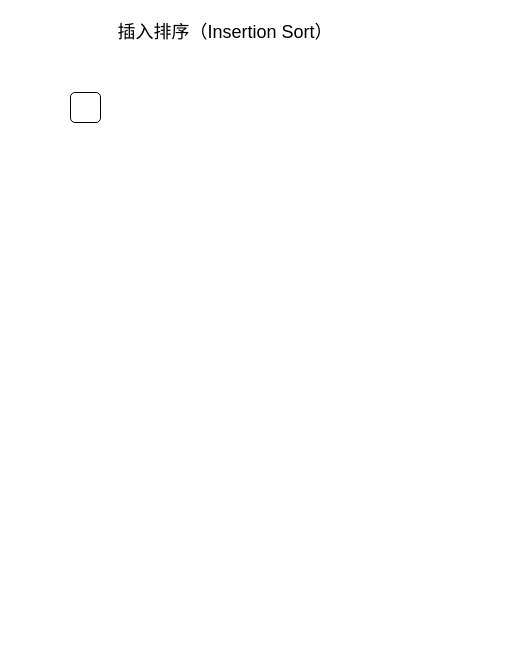
Above: files/algorithm/插入排序.drawio in weizhiqimail/draw.io.repo (draw.io), before the change. Source tidied: cells renumbered, new cells numbered last; positions are measured from the earlier drawing's top-left corner, leaving out a move shared by most shapes. Both pictures are drawn from the tidied source at 100%, with x=0, y=0 at pixel (70, 17).
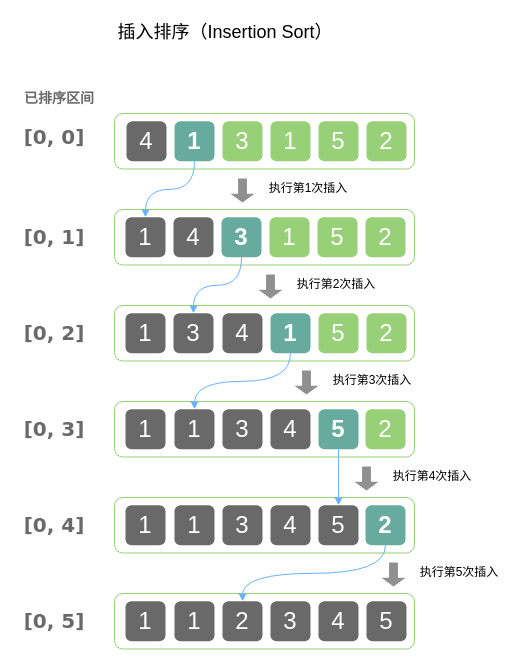
Above is the later version.

Commit message:
更新插入排序.drawio

Diff of the diagram source:
```diff
@@
+    <mxCell id="4" value="&lt;font face=&quot;Verdana&quot; style=&quot;font-size: 20px; color: rgb(105, 105, 105);&quot;&gt;&lt;b&gt;[0, 0]&lt;/b&gt;&lt;/font&gt;" style="text;html=1;align=center;verticalAlign=middle;whiteSpace=wrap;rounded=0;" parent="1" vertex="1">
+      <mxGeometry x="-52" y="103.8" width="72" height="30" as="geometry" />
+    </mxCell>
+    <mxCell id="5" value="&lt;font style=&quot;color: rgb(105, 105, 105); font-size: 14px;&quot;&gt;&lt;b style=&quot;&quot;&gt;已排序区间&lt;/b&gt;&lt;/font&gt;" style="text;html=1;align=center;verticalAlign=middle;whiteSpace=wrap;rounded=0;" parent="1" vertex="1">
+      <mxGeometry x="-53" y="66" width="84" height="30" as="geometry" />
+    </mxCell>
+    <mxCell id="6" style="group;" parent="1" vertex="1">
+      <mxGeometry x="45" y="96" width="300" height="148" as="geometry" />
+    </mxCell>
+    <mxCell id="7" style="rounded=1;whiteSpace=wrap;html=1;fillColor=none;strokeColor=#97D077;" parent="6" vertex="1">
+      <mxGeometry x="-1" width="300" height="55.5" as="geometry" />
+    </mxCell>
-    <mxCell id="3" style="rounded=1;whiteSpace=wrap;html=1;strokeOpacity=100;fillOpacity=100;" parent="1" vertex="1">
-      <mxGeometry y="75" width="30" height="30" as="geometry" />
+    <mxCell id="3" value="&lt;font style=&quot;font-size: 24px; color: rgb(255, 255, 255);&quot;&gt;4&lt;/font&gt;" style="rounded=1;whiteSpace=wrap;html=1;strokeOpacity=100;fillOpacity=100;strokeColor=none;gradientColor=none;fillColor=#696969;" parent="6" vertex="1">
+      <mxGeometry x="11" y="7.8" width="40" height="40" as="geometry" />
     </mxCell>
+    <mxCell id="8" value="&lt;font style=&quot;font-size: 24px; color: rgb(255, 255, 255);&quot;&gt;&lt;b&gt;1&lt;/b&gt;&lt;/font&gt;" style="rounded=1;whiteSpace=wrap;html=1;strokeOpacity=100;fillOpacity=100;strokeColor=none;gradientColor=none;fillColor=#67AB9F;" parent="6" vertex="1">
+      <mxGeometry x="59" y="7.8" width="40" height="40" as="geometry" />
+    </mxCell>
+    <mxCell id="9" value="&lt;font style=&quot;font-size: 24px; color: rgb(255, 255, 255);&quot;&gt;3&lt;/font&gt;" style="rounded=1;whiteSpace=wrap;html=1;strokeOpacity=100;fillOpacity=100;strokeColor=none;gradientColor=none;fillColor=#97D077;" parent="6" vertex="1">
+      <mxGeometry x="107" y="7.8" width="40" height="40" as="geometry" />
+    </mxCell>
+    <mxCell id="10" value="&lt;font style=&quot;font-size: 24px; color: rgb(255, 255, 255);&quot;&gt;1&lt;/font&gt;" style="rounded=1;whiteSpace=wrap;html=1;strokeOpacity=100;fillOpacity=100;strokeColor=none;gradientColor=none;fillColor=#97D077;" parent="6" vertex="1">
+      <mxGeometry x="155" y="7.8" width="40" height="40" as="geometry" />
+    </mxCell>
+    <mxCell id="11" value="&lt;font style=&quot;font-size: 24px; color: rgb(255, 255, 255);&quot;&gt;5&lt;/font&gt;" style="rounded=1;whiteSpace=wrap;html=1;strokeOpacity=100;fillOpacity=100;strokeColor=none;gradientColor=none;fillColor=#97D077;" parent="6" vertex="1">
+      <mxGeometry x="203" y="7.8" width="40" height="40" as="geometry" />
+    </mxCell>
+    <mxCell id="12" value="&lt;font style=&quot;font-size: 24px; color: rgb(255, 255, 255);&quot;&gt;2&lt;/font&gt;" style="rounded=1;whiteSpace=wrap;html=1;strokeOpacity=100;fillOpacity=100;strokeColor=none;gradientColor=none;fillColor=#97D077;" parent="6" vertex="1">
+      <mxGeometry x="251" y="7.8" width="40" height="40" as="geometry" />
+    </mxCell>
+    <mxCell id="13" style="html=1;shadow=0;dashed=0;align=center;verticalAlign=middle;shape=mxgraph.arrows2.arrow;dy=0.63;dx=8.8;direction=south;notch=0;fillColor=#909090;strokeColor=none;" parent="6" vertex="1">
+      <mxGeometry x="115" y="65" width="24" height="24" as="geometry" />
+    </mxCell>
+    <mxCell id="14" value="执行第1次插入" style="text;html=1;align=center;verticalAlign=middle;whiteSpace=wrap;rounded=0;" parent="6" vertex="1">
+      <mxGeometry x="139" y="60" width="108" height="30" as="geometry" />
+    </mxCell>
+    <mxCell id="15" style="group;" parent="1" vertex="1">
+      <mxGeometry x="44" y="192" width="300" height="55.5" as="geometry" />
+    </mxCell>
+    <mxCell id="16" style="rounded=1;whiteSpace=wrap;html=1;fillColor=none;strokeColor=#97D077;" parent="15" vertex="1">
+      <mxGeometry width="300" height="55.5" as="geometry" />
+    </mxCell>
+    <mxCell id="17" value="&lt;font style=&quot;font-size: 24px; color: rgb(255, 255, 255);&quot;&gt;1&lt;/font&gt;" style="rounded=1;whiteSpace=wrap;html=1;strokeOpacity=100;fillOpacity=100;strokeColor=none;gradientColor=none;fillColor=#696969;" parent="15" vertex="1">
+      <mxGeometry x="11" y="7.8" width="40" height="40" as="geometry" />
+    </mxCell>
+    <mxCell id="18" value="&lt;font style=&quot;font-size: 24px; color: rgb(255, 255, 255);&quot;&gt;4&lt;/font&gt;" style="rounded=1;whiteSpace=wrap;html=1;strokeOpacity=100;fillOpacity=100;strokeColor=none;gradientColor=none;fillColor=#696969;" parent="15" vertex="1">
+      <mxGeometry x="59" y="7.8" width="40" height="40" as="geometry" />
+    </mxCell>
+    <mxCell id="19" value="&lt;font style=&quot;font-size: 24px; color: rgb(255, 255, 255);&quot;&gt;&lt;b&gt;3&lt;/b&gt;&lt;/font&gt;" style="rounded=1;whiteSpace=wrap;html=1;strokeOpacity=100;fillOpacity=100;strokeColor=none;gradientColor=none;fillColor=#67AB9F;" parent="15" vertex="1">
+      <mxGeometry x="107" y="7.8" width="40" height="40" as="geometry" />
+    </mxCell>
+    <mxCell id="20" value="&lt;font style=&quot;font-size: 24px; color: rgb(255, 255, 255);&quot;&gt;1&lt;/font&gt;" style="rounded=1;whiteSpace=wrap;html=1;strokeOpacity=100;fillOpacity=100;strokeColor=none;gradientColor=none;fillColor=#97D077;" parent="15" vertex="1">
+      <mxGeometry x="155" y="7.8" width="40" height="40" as="geometry" />
+    </mxCell>
+    <mxCell id="21" value="&lt;font style=&quot;font-size: 24px; color: rgb(255, 255, 255);&quot;&gt;5&lt;/font&gt;" style="rounded=1;whiteSpace=wrap;html=1;strokeOpacity=100;fillOpacity=100;strokeColor=none;gradientColor=none;fillColor=#97D077;" parent="15" vertex="1">
+      <mxGeometry x="203" y="7.8" width="40" height="40" as="geometry" />
+    </mxCell>
+    <mxCell id="22" value="&lt;font style=&quot;font-size: 24px; color: rgb(255, 255, 255);&quot;&gt;2&lt;/font&gt;" style="rounded=1;whiteSpace=wrap;html=1;strokeOpacity=100;fillOpacity=100;strokeColor=none;gradientColor=none;fillColor=#97D077;" parent="15" vertex="1">
+      <mxGeometry x="251" y="7.8" width="40" height="40" as="geometry" />
+    </mxCell>
+    <mxCell id="23" style="group;" parent="1" vertex="1">
+      <mxGeometry x="44" y="288" width="300" height="55.5" as="geometry" />
+    </mxCell>
+    <mxCell id="24" style="rounded=1;whiteSpace=wrap;html=1;fillColor=none;strokeColor=#97D077;" parent="23" vertex="1">
+      <mxGeometry width="300" height="55.5" as="geometry" />
+    </mxCell>
+    <mxCell id="25" value="&lt;font style=&quot;font-size: 24px; color: rgb(255, 255, 255);&quot;&gt;1&lt;/font&gt;" style="rounded=1;whiteSpace=wrap;html=1;strokeOpacity=100;fillOpacity=100;strokeColor=none;gradientColor=none;fillColor=#696969;" parent="23" vertex="1">
+      <mxGeometry x="11" y="7.8" width="40" height="40" as="geometry" />
+    </mxCell>
+    <mxCell id="26" value="&lt;font style=&quot;font-size: 24px; color: rgb(255, 255, 255);&quot;&gt;&lt;b&gt;1&lt;/b&gt;&lt;/font&gt;" style="rounded=1;whiteSpace=wrap;html=1;strokeOpacity=100;fillOpacity=100;strokeColor=none;gradientColor=none;fillColor=#67AB9F;" parent="23" vertex="1">
+      <mxGeometry x="156" y="7.8" width="40" height="40" as="geometry" />
+    </mxCell>
+    <mxCell id="27" value="&lt;font style=&quot;font-size: 24px; color: rgb(255, 255, 255);&quot;&gt;5&lt;/font&gt;" style="rounded=1;whiteSpace=wrap;html=1;strokeOpacity=100;fillOpacity=100;strokeColor=none;gradientColor=none;fillColor=#97D077;" parent="23" vertex="1">
+      <mxGeometry x="204" y="7.8" width="40" height="40" as="geometry" />
+    </mxCell>
+    <mxCell id="28" value="&lt;font style=&quot;font-size: 24px; color: rgb(255, 255, 255);&quot;&gt;2&lt;/font&gt;" style="rounded=1;whiteSpace=wrap;html=1;strokeOpacity=100;fillOpacity=100;strokeColor=none;gradientColor=none;fillColor=#97D077;" parent="23" vertex="1">
+      <mxGeometry x="252" y="7.8" width="40" height="40" as="geometry" />
+    </mxCell>
+    <mxCell id="29" value="&lt;font style=&quot;font-size: 24px; color: rgb(255, 255, 255);&quot;&gt;3&lt;/font&gt;" style="rounded=1;whiteSpace=wrap;html=1;strokeOpacity=100;fillOpacity=100;strokeColor=none;gradientColor=none;fillColor=#696969;" parent="23" vertex="1">
+      <mxGeometry x="59" y="7.8" width="40" height="40" as="geometry" />
+    </mxCell>
+    <mxCell id="30" value="&lt;font style=&quot;font-size: 24px; color: rgb(255, 255, 255);&quot;&gt;4&lt;/font&gt;" style="rounded=1;whiteSpace=wrap;html=1;strokeOpacity=100;fillOpacity=100;strokeColor=none;gradientColor=none;fillColor=#696969;" parent="23" vertex="1">
+      <mxGeometry x="108" y="7.8" width="40" height="40" as="geometry" />
+    </mxCell>
+    <mxCell id="31" style="rounded=0;jettySize=auto;html=1;exitX=0.5;exitY=1;exitDx=0;exitDy=0;entryX=0.5;entryY=0;entryDx=0;entryDy=0;edgeStyle=orthogonalEdgeStyle;curved=1;strokeColor=#66B2FF;" parent="1" edge="1" source="8" target="17">
+      <mxGeometry relative="1" as="geometry" />
+    </mxCell>
+    <mxCell id="32" style="edgeStyle=orthogonalEdgeStyle;rounded=0;jettySize=auto;html=1;exitX=0.5;exitY=1;exitDx=0;exitDy=0;entryX=0.5;entryY=0;entryDx=0;entryDy=0;curved=1;strokeColor=#66B2FF;" parent="1" edge="1" source="19" target="29">
+      <mxGeometry relative="1" as="geometry" />
+    </mxCell>
+    <mxCell id="33" style="html=1;shadow=0;dashed=0;align=center;verticalAlign=middle;shape=mxgraph.arrows2.arrow;dy=0.63;dx=8.8;direction=south;notch=0;fillColor=#909090;strokeColor=none;" parent="1" vertex="1">
+      <mxGeometry x="188" y="257" width="24" height="24" as="geometry" />
+    </mxCell>
+    <mxCell id="34" value="执行第2次插入" style="text;html=1;align=center;verticalAlign=middle;whiteSpace=wrap;rounded=0;" parent="1" vertex="1">
+      <mxGeometry x="212" y="252" width="108" height="30" as="geometry" />
+    </mxCell>
+    <mxCell id="35" style="group;" parent="1" vertex="1">
+      <mxGeometry x="44" y="384" width="300" height="55.5" as="geometry" />
+    </mxCell>
+    <mxCell id="36" style="rounded=1;whiteSpace=wrap;html=1;fillColor=none;strokeColor=#97D077;" parent="35" vertex="1">
+      <mxGeometry width="300" height="55.5" as="geometry" />
+    </mxCell>
+    <mxCell id="37" value="&lt;font style=&quot;font-size: 24px; color: rgb(255, 255, 255);&quot;&gt;1&lt;/font&gt;" style="rounded=1;whiteSpace=wrap;html=1;strokeOpacity=100;fillOpacity=100;strokeColor=none;gradientColor=none;fillColor=#696969;" parent="35" vertex="1">
+      <mxGeometry x="11" y="7.8" width="40" height="40" as="geometry" />
+    </mxCell>
+    <mxCell id="38" value="&lt;font style=&quot;font-size: 24px; color: rgb(255, 255, 255);&quot;&gt;&lt;b&gt;5&lt;/b&gt;&lt;/font&gt;" style="rounded=1;whiteSpace=wrap;html=1;strokeOpacity=100;fillOpacity=100;strokeColor=none;gradientColor=none;fillColor=#67AB9F;" parent="35" vertex="1">
+      <mxGeometry x="204" y="7.8" width="40" height="40" as="geometry" />
+    </mxCell>
+    <mxCell id="39" value="&lt;font style=&quot;font-size: 24px; color: rgb(255, 255, 255);&quot;&gt;2&lt;/font&gt;" style="rounded=1;whiteSpace=wrap;html=1;strokeOpacity=100;fillOpacity=100;strokeColor=none;gradientColor=none;fillColor=#97D077;" parent="35" vertex="1">
+      <mxGeometry x="251" y="7.8" width="40" height="40" as="geometry" />
+    </mxCell>
+    <mxCell id="40" value="&lt;font style=&quot;font-size: 24px; color: rgb(255, 255, 255);&quot;&gt;3&lt;/font&gt;" style="rounded=1;whiteSpace=wrap;html=1;strokeOpacity=100;fillOpacity=100;strokeColor=none;gradientColor=none;fillColor=#696969;" parent="35" vertex="1">
+      <mxGeometry x="108" y="7.8" width="40" height="40" as="geometry" />
+    </mxCell>
+    <mxCell id="41" value="&lt;font style=&quot;font-size: 24px; color: rgb(255, 255, 255);&quot;&gt;4&lt;/font&gt;" style="rounded=1;whiteSpace=wrap;html=1;strokeOpacity=100;fillOpacity=100;strokeColor=none;gradientColor=none;fillColor=#696969;" parent="35" vertex="1">
+      <mxGeometry x="156" y="7.8" width="40" height="40" as="geometry" />
+    </mxCell>
+    <mxCell id="42" value="&lt;font style=&quot;font-size: 24px; color: rgb(255, 255, 255);&quot;&gt;1&lt;/font&gt;" style="rounded=1;whiteSpace=wrap;html=1;strokeOpacity=100;fillOpacity=100;strokeColor=none;gradientColor=none;fillColor=#696969;" parent="35" vertex="1">
+      <mxGeometry x="60" y="7.8" width="40" height="40" as="geometry" />
+    </mxCell>
+    <mxCell id="43" style="html=1;shadow=0;dashed=0;align=center;verticalAlign=middle;shape=mxgraph.arrows2.arrow;dy=0.63;dx=8.8;direction=south;notch=0;fillColor=#909090;strokeColor=none;" parent="1" vertex="1">
+      <mxGeometry x="224" y="353" width="24" height="24" as="geometry" />
+    </mxCell>
+    <mxCell id="44" value="执行第3次插入" style="text;html=1;align=center;verticalAlign=middle;whiteSpace=wrap;rounded=0;" parent="1" vertex="1">
+      <mxGeometry x="248" y="348" width="108" height="30" as="geometry" />
+    </mxCell>
+    <mxCell id="45" style="edgeStyle=orthogonalEdgeStyle;rounded=0;jettySize=auto;html=1;exitX=0.5;exitY=1;exitDx=0;exitDy=0;entryX=0.5;entryY=0;entryDx=0;entryDy=0;curved=1;strokeColor=#66B2FF;" parent="1" edge="1" source="26" target="42">
+      <mxGeometry relative="1" as="geometry" />
+    </mxCell>
+    <mxCell id="46" value="&lt;font face=&quot;Verdana&quot; style=&quot;font-size: 20px; color: rgb(105, 105, 105);&quot;&gt;&lt;b&gt;[0, 1]&lt;/b&gt;&lt;/font&gt;" style="text;html=1;align=center;verticalAlign=middle;whiteSpace=wrap;rounded=0;" parent="1" vertex="1">
+      <mxGeometry x="-52" y="204" width="72" height="30" as="geometry" />
+    </mxCell>
+    <mxCell id="47" value="&lt;font face=&quot;Verdana&quot; style=&quot;font-size: 20px; color: rgb(105, 105, 105);&quot;&gt;&lt;b&gt;[0, 2]&lt;/b&gt;&lt;/font&gt;" style="text;html=1;align=center;verticalAlign=middle;whiteSpace=wrap;rounded=0;" parent="1" vertex="1">
+      <mxGeometry x="-52" y="300" width="72" height="30" as="geometry" />
+    </mxCell>
+    <mxCell id="48" value="&lt;font face=&quot;Verdana&quot; style=&quot;font-size: 20px; color: rgb(105, 105, 105);&quot;&gt;&lt;b&gt;[0, 3]&lt;/b&gt;&lt;/font&gt;" style="text;html=1;align=center;verticalAlign=middle;whiteSpace=wrap;rounded=0;" parent="1" vertex="1">
+      <mxGeometry x="-52" y="396" width="72" height="30" as="geometry" />
+    </mxCell>
+    <mxCell id="49" style="group;" parent="1" vertex="1">
+      <mxGeometry x="44" y="480" width="300" height="55.5" as="geometry" />
+    </mxCell>
+    <mxCell id="50" style="rounded=1;whiteSpace=wrap;html=1;fillColor=none;strokeColor=#97D077;" parent="49" vertex="1">
+      <mxGeometry width="300" height="55.5" as="geometry" />
+    </mxCell>
+    <mxCell id="51" value="&lt;font style=&quot;font-size: 24px; color: rgb(255, 255, 255);&quot;&gt;1&lt;/font&gt;" style="rounded=1;whiteSpace=wrap;html=1;strokeOpacity=100;fillOpacity=100;strokeColor=none;gradientColor=none;fillColor=#696969;" parent="49" vertex="1">
+      <mxGeometry x="11" y="7.8" width="40" height="40" as="geometry" />
+    </mxCell>
+    <mxCell id="52" value="&lt;font style=&quot;font-size: 24px; color: rgb(255, 255, 255);&quot;&gt;5&lt;/font&gt;" style="rounded=1;whiteSpace=wrap;html=1;strokeOpacity=100;fillOpacity=100;strokeColor=none;gradientColor=none;fillColor=#696969;" parent="49" vertex="1">
+      <mxGeometry x="204" y="7.8" width="40" height="40" as="geometry" />
+    </mxCell>
+    <mxCell id="53" value="&lt;font style=&quot;font-size: 24px; color: rgb(255, 255, 255);&quot;&gt;&lt;b&gt;2&lt;/b&gt;&lt;/font&gt;" style="rounded=1;whiteSpace=wrap;html=1;strokeOpacity=100;fillOpacity=100;strokeColor=none;gradientColor=none;fillColor=#67AB9F;" parent="49" vertex="1">
+      <mxGeometry x="251" y="7.8" width="40" height="40" as="geometry" />
+    </mxCell>
+    <mxCell id="54" value="&lt;font style=&quot;font-size: 24px; color: rgb(255, 255, 255);&quot;&gt;3&lt;/font&gt;" style="rounded=1;whiteSpace=wrap;html=1;strokeOpacity=100;fillOpacity=100;strokeColor=none;gradientColor=none;fillColor=#696969;" parent="49" vertex="1">
+      <mxGeometry x="108" y="7.8" width="40" height="40" as="geometry" />
+    </mxCell>
+    <mxCell id="55" value="&lt;font style=&quot;font-size: 24px; color: rgb(255, 255, 255);&quot;&gt;4&lt;/font&gt;" style="rounded=1;whiteSpace=wrap;html=1;strokeOpacity=100;fillOpacity=100;strokeColor=none;gradientColor=none;fillColor=#696969;" parent="49" vertex="1">
+      <mxGeometry x="156" y="7.8" width="40" height="40" as="geometry" />
+    </mxCell>
+    <mxCell id="56" value="&lt;font style=&quot;font-size: 24px; color: rgb(255, 255, 255);&quot;&gt;1&lt;/font&gt;" style="rounded=1;whiteSpace=wrap;html=1;strokeOpacity=100;fillOpacity=100;strokeColor=none;gradientColor=none;fillColor=#696969;" parent="49" vertex="1">
+      <mxGeometry x="60" y="7.8" width="40" height="40" as="geometry" />
+    </mxCell>
+    <mxCell id="57" style="html=1;shadow=0;dashed=0;align=center;verticalAlign=middle;shape=mxgraph.arrows2.arrow;dy=0.63;dx=8.8;direction=south;notch=0;fillColor=#909090;strokeColor=none;" parent="1" vertex="1">
+      <mxGeometry x="284" y="449" width="24" height="24" as="geometry" />
+    </mxCell>
+    <mxCell id="58" value="执行第4次插入" style="text;html=1;align=center;verticalAlign=middle;whiteSpace=wrap;rounded=0;" parent="1" vertex="1">
+      <mxGeometry x="308" y="444" width="108" height="30" as="geometry" />
+    </mxCell>
+    <mxCell id="59" value="&lt;font face=&quot;Verdana&quot; style=&quot;font-size: 20px; color: rgb(105, 105, 105);&quot;&gt;&lt;b&gt;[0, 4]&lt;/b&gt;&lt;/font&gt;" style="text;html=1;align=center;verticalAlign=middle;whiteSpace=wrap;rounded=0;" parent="1" vertex="1">
+      <mxGeometry x="-52" y="492" width="72" height="30" as="geometry" />
+    </mxCell>
+    <mxCell id="60" style="edgeStyle=orthogonalEdgeStyle;rounded=0;jettySize=auto;html=1;exitX=0.5;exitY=1;exitDx=0;exitDy=0;entryX=0.5;entryY=0;entryDx=0;entryDy=0;curved=1;strokeColor=#66B2FF;" parent="1" edge="1" source="38" target="52">
+      <mxGeometry relative="1" as="geometry" />
+    </mxCell>
+    <mxCell id="61" style="group;" parent="1" vertex="1">
+      <mxGeometry x="44" y="576" width="300" height="55.5" as="geometry" />
+    </mxCell>
+    <mxCell id="62" style="rounded=1;whiteSpace=wrap;html=1;fillColor=none;strokeColor=#97D077;" parent="61" vertex="1">
+      <mxGeometry width="300" height="55.5" as="geometry" />
+    </mxCell>
+    <mxCell id="63" value="&lt;font style=&quot;font-size: 24px; color: rgb(255, 255, 255);&quot;&gt;1&lt;/font&gt;" style="rounded=1;whiteSpace=wrap;html=1;strokeOpacity=100;fillOpacity=100;strokeColor=none;gradientColor=none;fillColor=#696969;" parent="61" vertex="1">
+      <mxGeometry x="11" y="7.8" width="40" height="40" as="geometry" />
+    </mxCell>
+    <mxCell id="64" value="&lt;font style=&quot;font-size: 24px; color: rgb(255, 255, 255);&quot;&gt;4&lt;/font&gt;" style="rounded=1;whiteSpace=wrap;html=1;strokeOpacity=100;fillOpacity=100;strokeColor=none;gradientColor=none;fillColor=#696969;" parent="61" vertex="1">
+      <mxGeometry x="204" y="7.8" width="40" height="40" as="geometry" />
+    </mxCell>
+    <mxCell id="65" value="&lt;font style=&quot;font-size: 24px; color: rgb(255, 255, 255);&quot;&gt;2&lt;/font&gt;" style="rounded=1;whiteSpace=wrap;html=1;strokeOpacity=100;fillOpacity=100;strokeColor=none;gradientColor=none;fillColor=#696969;" parent="61" vertex="1">
+      <mxGeometry x="108" y="7.8" width="40" height="40" as="geometry" />
+    </mxCell>
+    <mxCell id="66" value="&lt;font style=&quot;font-size: 24px; color: rgb(255, 255, 255);&quot;&gt;3&lt;/font&gt;" style="rounded=1;whiteSpace=wrap;html=1;strokeOpacity=100;fillOpacity=100;strokeColor=none;gradientColor=none;fillColor=#696969;" parent="61" vertex="1">
+      <mxGeometry x="156" y="7.8" width="40" height="40" as="geometry" />
+    </mxCell>
+    <mxCell id="67" value="&lt;font style=&quot;font-size: 24px; color: rgb(255, 255, 255);&quot;&gt;1&lt;/font&gt;" style="rounded=1;whiteSpace=wrap;html=1;strokeOpacity=100;fillOpacity=100;strokeColor=none;gradientColor=none;fillColor=#696969;" parent="61" vertex="1">
+      <mxGeometry x="60" y="7.8" width="40" height="40" as="geometry" />
+    </mxCell>
+    <mxCell id="68" value="&lt;font style=&quot;font-size: 24px; color: rgb(255, 255, 255);&quot;&gt;5&lt;/font&gt;" style="rounded=1;whiteSpace=wrap;html=1;strokeOpacity=100;fillOpacity=100;strokeColor=none;gradientColor=none;fillColor=#696969;" parent="61" vertex="1">
+      <mxGeometry x="252" y="7.8" width="40" height="40" as="geometry" />
+    </mxCell>
+    <mxCell id="69" style="html=1;shadow=0;dashed=0;align=center;verticalAlign=middle;shape=mxgraph.arrows2.arrow;dy=0.63;dx=8.8;direction=south;notch=0;fillColor=#909090;strokeColor=none;" parent="1" vertex="1">
+      <mxGeometry x="311" y="545" width="24" height="24" as="geometry" />
+    </mxCell>
+    <mxCell id="70" value="执行第5次插入" style="text;html=1;align=center;verticalAlign=middle;whiteSpace=wrap;rounded=0;" parent="1" vertex="1">
+      <mxGeometry x="335" y="540" width="108" height="30" as="geometry" />
+    </mxCell>
+    <mxCell id="71" value="&lt;font face=&quot;Verdana&quot; style=&quot;font-size: 20px; color: rgb(105, 105, 105);&quot;&gt;&lt;b&gt;[0, 5]&lt;/b&gt;&lt;/font&gt;" style="text;html=1;align=center;verticalAlign=middle;whiteSpace=wrap;rounded=0;" parent="1" vertex="1">
+      <mxGeometry x="-52" y="588" width="72" height="30" as="geometry" />
+    </mxCell>
+    <mxCell id="72" style="edgeStyle=orthogonalEdgeStyle;rounded=0;jettySize=auto;html=1;exitX=0.5;exitY=1;exitDx=0;exitDy=0;entryX=0.5;entryY=0;entryDx=0;entryDy=0;curved=1;strokeColor=#66B2FF;" parent="1" edge="1" source="53" target="65">
+      <mxGeometry relative="1" as="geometry" />
+    </mxCell>
```
